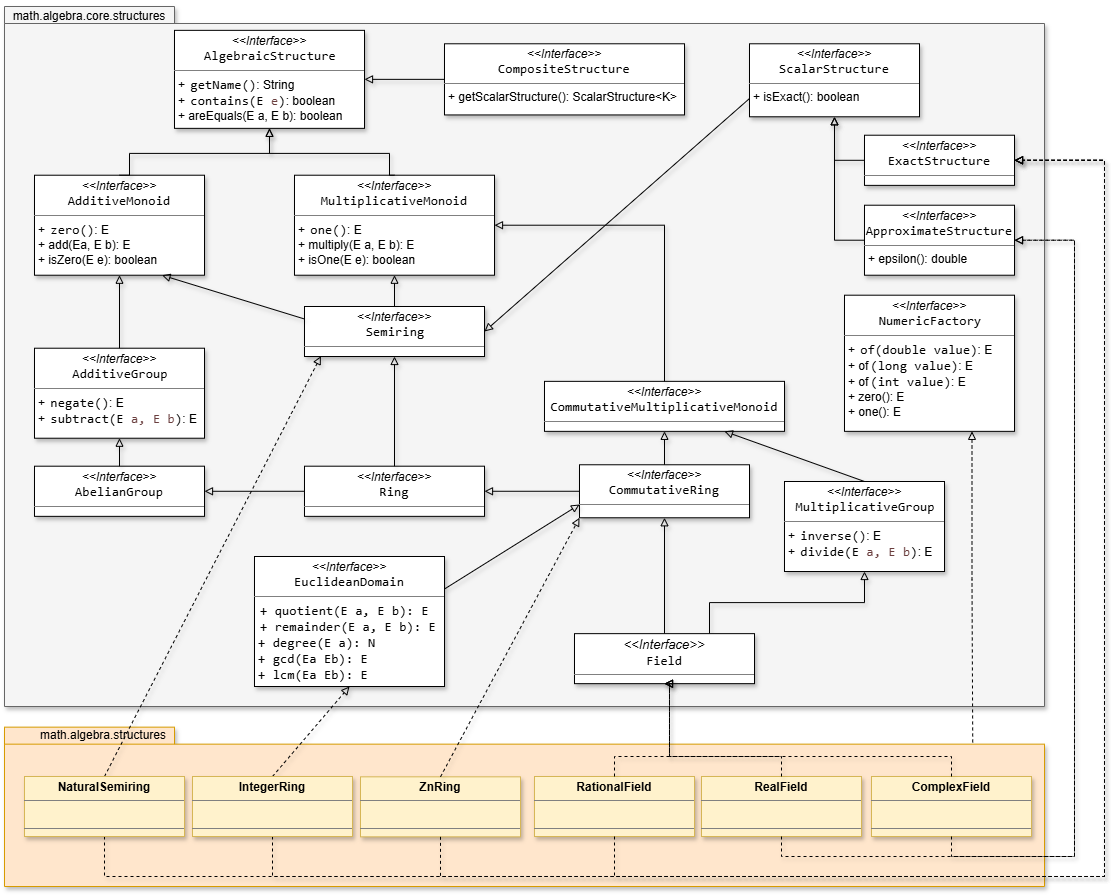
gom9000/SMFN keeps this draw.io diagram as resources/SMFN-algebra-structures.drawio.png. Above is the earlier version. Source tidied: cells renumbered, new cells last; positions are measured from the earlier drawing's top-left corner, leaving out a move shared by most shapes.
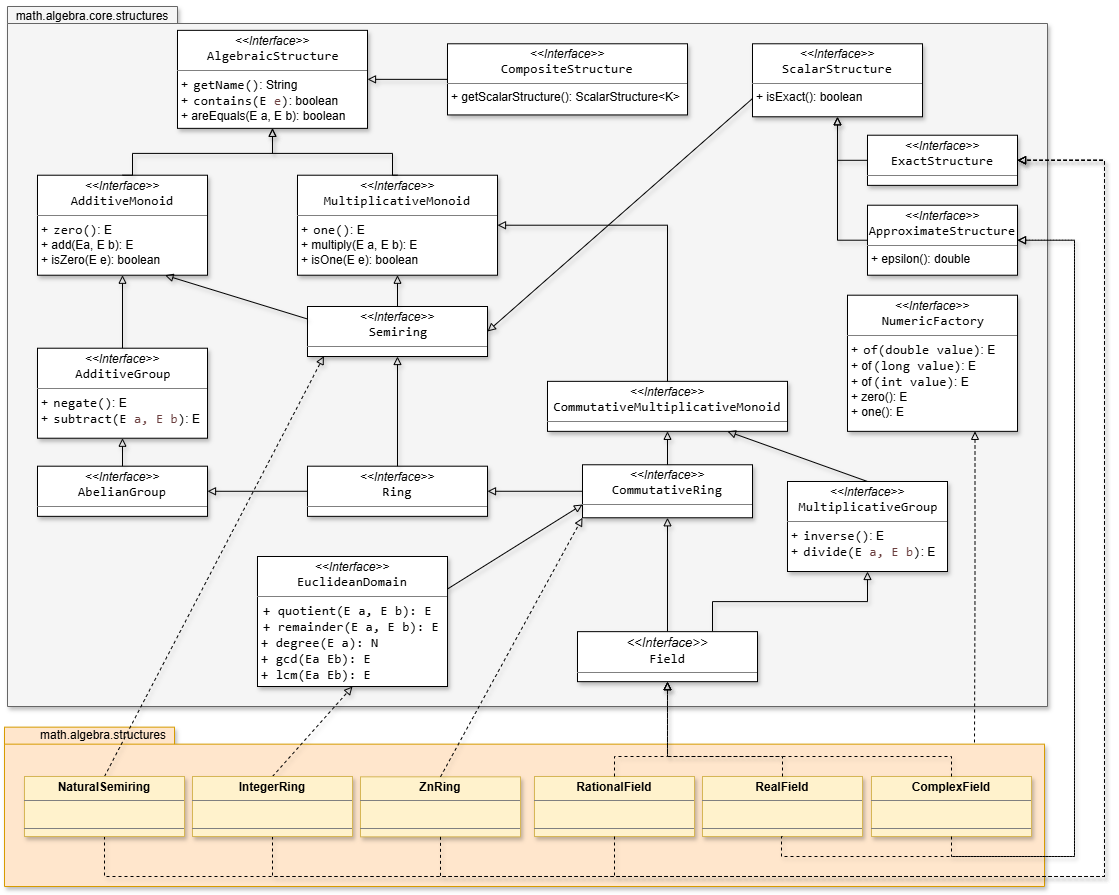
The same file after the commit.

Change to the diagram source:
```diff
@@ -12,7 +12,7 @@
       <mxGeometry x="23.4" y="5.2" width="152" height="6.6" as="geometry" />
     </mxCell>
     <mxCell id="5" value="&lt;p style=&quot;margin:0px;margin-top:4px;text-align:center;&quot;&gt;&lt;b&gt;RealField&lt;/b&gt;&lt;/p&gt;&lt;hr size=&quot;1&quot; style=&quot;border-style:solid;&quot;&gt;&lt;p style=&quot;margin:0px;margin-left:4px;&quot;&gt;&lt;br&gt;&lt;/p&gt;&lt;hr size=&quot;1&quot; style=&quot;border-style:solid;&quot;&gt;&lt;p style=&quot;margin:0px;margin-left:4px;&quot;&gt;&lt;br&gt;&lt;/p&gt;" style="verticalAlign=top;align=left;overflow=fill;html=1;whiteSpace=wrap;fillColor=#fff2cc;strokeColor=#d6b656;labelBackgroundColor=none;shadow=1;" parent="2" vertex="1">
-      <mxGeometry x="697" y="50" width="160" height="60" as="geometry" />
+      <mxGeometry x="698" y="50" width="160" height="60" as="geometry" />
     </mxCell>
     <mxCell id="6" value="&lt;p style=&quot;margin:0px;margin-top:4px;text-align:center;&quot;&gt;&lt;b&gt;RationalField&lt;/b&gt;&lt;/p&gt;&lt;hr size=&quot;1&quot; style=&quot;border-style:solid;&quot;&gt;&lt;p style=&quot;margin:0px;margin-left:4px;&quot;&gt;&lt;br&gt;&lt;/p&gt;&lt;hr size=&quot;1&quot; style=&quot;border-style:solid;&quot;&gt;&lt;p style=&quot;margin:0px;margin-left:4px;&quot;&gt;&lt;br&gt;&lt;/p&gt;" style="verticalAlign=top;align=left;overflow=fill;html=1;whiteSpace=wrap;fillColor=#fff2cc;strokeColor=#d6b656;labelBackgroundColor=none;shadow=1;" parent="2" vertex="1">
       <mxGeometry x="530" y="50" width="160" height="60" as="geometry" />
@@ -24,7 +24,7 @@
       <mxGeometry x="356" y="50.3" width="160" height="60" as="geometry" />
     </mxCell>
     <mxCell id="9" style="group;shadow=1;" parent="1" vertex="1">
-      <mxGeometry y="3" width="1040" height="700" as="geometry" />
+      <mxGeometry x="3" y="3" width="1040" height="700" as="geometry" />
     </mxCell>
     <mxCell id="10" style="shape=folder;fontStyle=1;spacingTop=10;tabWidth=170;tabHeight=17;tabPosition=left;html=1;whiteSpace=wrap;fillColor=#f5f5f5;strokeColor=#666666;fontColor=#333333;shadow=1;" parent="9" vertex="1">
       <mxGeometry width="1040" height="700" as="geometry" />
@@ -48,7 +48,7 @@
       <mxGeometry relative="1" as="geometry" />
     </mxCell>
     <mxCell id="17" value="&lt;p style=&quot;margin:0px;margin-top:4px;text-align:center;&quot;&gt;&lt;font style=&quot;font-size: 13px;&quot;&gt;&lt;i&gt;&amp;lt;&amp;lt;Interface&amp;gt;&amp;gt;&lt;/i&gt;&lt;br&gt;&lt;span style=&quot;font-family: Consolas; white-space: pre;&quot;&gt;Field&lt;/span&gt;&lt;/font&gt;&lt;/p&gt;&lt;hr size=&quot;1&quot; style=&quot;border-style:solid;&quot;&gt;&lt;p style=&quot;margin:0px;margin-left:4px;&quot;&gt;&lt;/p&gt;&lt;p style=&quot;margin:0px;margin-left:4px;&quot;&gt;&lt;br&gt;&lt;/p&gt;" style="verticalAlign=top;align=left;overflow=fill;html=1;whiteSpace=wrap;labelBackgroundColor=none;shadow=1;" parent="9" vertex="1">
-      <mxGeometry x="570" y="627.1" width="180" height="50" as="geometry" />
+      <mxGeometry x="570" y="625.1" width="180" height="50" as="geometry" />
     </mxCell>
     <mxCell id="18" value="&lt;p style=&quot;margin:0px;margin-top:4px;text-align:center;&quot;&gt;&lt;i&gt;&amp;lt;&amp;lt;Interface&amp;gt;&amp;gt;&lt;/i&gt;&lt;br&gt;&lt;span style=&quot;font-family: Consolas; font-size: 13.3333px; white-space: pre;&quot;&gt;AbelianGroup&lt;/span&gt;&lt;/p&gt;&lt;hr size=&quot;1&quot; style=&quot;border-style:solid;&quot;&gt;&lt;p style=&quot;margin:0px;margin-left:4px;&quot;&gt;&lt;/p&gt;&lt;p style=&quot;margin:0px;margin-left:4px;&quot;&gt;&lt;br&gt;&lt;/p&gt;" style="verticalAlign=top;align=left;overflow=fill;html=1;whiteSpace=wrap;labelBackgroundColor=none;shadow=1;" parent="9" vertex="1">
       <mxGeometry x="30" y="459.7" width="170" height="50.1" as="geometry" />
@@ -150,14 +150,6 @@
     <mxCell id="47" value="&lt;p style=&quot;margin:0px;margin-top:4px;text-align:center;&quot;&gt;&lt;i&gt;&amp;lt;&amp;lt;Interface&amp;gt;&amp;gt;&lt;/i&gt;&lt;br&gt;&lt;span style=&quot;padding: 0px 0px 0px 2px;&quot;&gt;&lt;span style=&quot;font-family: Consolas; font-size: 10pt; white-space: pre;&quot;&gt;&lt;span style=&quot;&quot;&gt;NumericFactory&lt;/span&gt;&lt;/span&gt;&lt;/span&gt;&lt;/p&gt;&lt;hr size=&quot;1&quot; style=&quot;border-style:solid;&quot;&gt;&lt;p style=&quot;margin:0px;margin-left:4px;&quot;&gt;&lt;/p&gt;&lt;p style=&quot;margin:0px;margin-left:4px;&quot;&gt;&lt;span style=&quot;background-color: transparent; color: light-dark(rgb(0, 0, 0), rgb(255, 255, 255));&quot;&gt;+&amp;nbsp;&lt;/span&gt;&lt;span style=&quot;background-color: transparent; color: light-dark(rgb(0, 0, 0), rgb(255, 255, 255)); padding: 0px 0px 0px 2px;&quot;&gt;&lt;span style=&quot;font-family: Consolas; font-size: 10pt; white-space: pre;&quot;&gt;of(double value)&lt;/span&gt;&lt;/span&gt;&lt;span style=&quot;background-color: transparent; color: light-dark(rgb(0, 0, 0), rgb(255, 255, 255));&quot;&gt;: E&lt;/span&gt;&lt;/p&gt;&lt;p style=&quot;margin:0px;margin-left:4px;&quot;&gt;+ of&lt;span style=&quot;padding: 0px 0px 0px 2px;&quot;&gt;&lt;span style=&quot;font-family: Consolas; font-size: 10pt; white-space: pre;&quot;&gt;(long value)&lt;/span&gt;&lt;/span&gt;: E&lt;/p&gt;&lt;p style=&quot;margin:0px;margin-left:4px;&quot;&gt;+ of&lt;span style=&quot;padding: 0px 0px 0px 2px;&quot;&gt;&lt;span style=&quot;font-family: Consolas; font-size: 10pt; white-space: pre;&quot;&gt;(int value)&lt;/span&gt;&lt;/span&gt;: E&lt;/p&gt;&lt;p style=&quot;margin:0px;margin-left:4px;&quot;&gt;+ zero(): E&lt;/p&gt;&lt;p style=&quot;margin:0px;margin-left:4px;&quot;&gt;+ one(): E&lt;/p&gt;" style="verticalAlign=top;align=left;overflow=fill;html=1;whiteSpace=wrap;labelBackgroundColor=none;shadow=1;" parent="9" vertex="1">
       <mxGeometry x="840" y="288.7" width="170" height="136.2" as="geometry" />
     </mxCell>
-    <mxCell id="48" style="edgeStyle=orthogonalEdgeStyle;rounded=0;jettySize=auto;html=1;exitX=0.5;exitY=0;exitDx=0;exitDy=0;entryX=0.5;entryY=1;entryDx=0;entryDy=0;dashed=1;strokeColor=default;align=center;verticalAlign=middle;fontFamily=Helvetica;fontSize=11;fontColor=default;labelBackgroundColor=default;endArrow=block;endFill=0;shadow=1;" parent="1" edge="1" source="5" target="17">
-      <mxGeometry relative="1" as="geometry">
-        <Array as="points">
-          <mxPoint x="777" y="753" />
-          <mxPoint x="665" y="753" />
-        </Array>
-      </mxGeometry>
-    </mxCell>
     <mxCell id="49" style="rounded=0;jettySize=auto;html=1;exitX=0.5;exitY=0;exitDx=0;exitDy=0;entryX=0.091;entryY=0.994;entryDx=0;entryDy=0;dashed=1;endArrow=block;endFill=0;shadow=1;entryPerimeter=0;" parent="1" edge="1" source="51" target="22">
       <mxGeometry relative="1" as="geometry" />
     </mxCell>
@@ -173,14 +165,6 @@
     <mxCell id="51" value="&lt;p style=&quot;margin:0px;margin-top:4px;text-align:center;&quot;&gt;&lt;b&gt;NaturalSemiring&lt;/b&gt;&lt;/p&gt;&lt;hr size=&quot;1&quot; style=&quot;border-style:solid;&quot;&gt;&lt;p style=&quot;margin:0px;margin-left:4px;&quot;&gt;&lt;br&gt;&lt;/p&gt;&lt;hr size=&quot;1&quot; style=&quot;border-style:solid;&quot;&gt;&lt;p style=&quot;margin:0px;margin-left:4px;&quot;&gt;&lt;br&gt;&lt;/p&gt;" style="verticalAlign=top;align=left;overflow=fill;html=1;whiteSpace=wrap;fillColor=#fff2cc;strokeColor=#d6b656;labelBackgroundColor=none;shadow=1;" parent="1" vertex="1">
       <mxGeometry x="20" y="773" width="160" height="60" as="geometry" />
     </mxCell>
-    <mxCell id="52" style="edgeStyle=orthogonalEdgeStyle;rounded=0;jettySize=auto;html=1;exitX=0.5;exitY=0;exitDx=0;exitDy=0;entryX=0.5;entryY=1;entryDx=0;entryDy=0;dashed=1;strokeColor=default;align=center;verticalAlign=middle;fontFamily=Helvetica;fontSize=11;fontColor=default;labelBackgroundColor=default;endArrow=block;endFill=0;shadow=1;" parent="1" edge="1" source="6" target="17">
-      <mxGeometry relative="1" as="geometry">
-        <Array as="points">
-          <mxPoint x="610" y="753" />
-          <mxPoint x="665" y="753" />
-        </Array>
-      </mxGeometry>
-    </mxCell>
     <mxCell id="53" style="rounded=0;jettySize=auto;html=1;exitX=0.5;exitY=0;exitDx=0;exitDy=0;entryX=0.5;entryY=1;entryDx=0;entryDy=0;dashed=1;strokeColor=default;align=center;verticalAlign=middle;fontFamily=Helvetica;fontSize=11;fontColor=default;labelBackgroundColor=default;endArrow=block;endFill=0;shadow=1;" parent="1" edge="1" source="55" target="21">
       <mxGeometry relative="1" as="geometry" />
     </mxCell>
@@ -196,14 +180,6 @@
     <mxCell id="55" value="&lt;p style=&quot;margin:0px;margin-top:4px;text-align:center;&quot;&gt;&lt;b&gt;IntegerRing&lt;/b&gt;&lt;/p&gt;&lt;hr size=&quot;1&quot; style=&quot;border-style:solid;&quot;&gt;&lt;p style=&quot;margin:0px;margin-left:4px;&quot;&gt;&lt;br&gt;&lt;/p&gt;&lt;hr size=&quot;1&quot; style=&quot;border-style:solid;&quot;&gt;&lt;p style=&quot;margin:0px;margin-left:4px;&quot;&gt;&lt;br&gt;&lt;/p&gt;" style="verticalAlign=top;align=left;overflow=fill;html=1;whiteSpace=wrap;fillColor=#fff2cc;strokeColor=#d6b656;labelBackgroundColor=none;shadow=1;" parent="1" vertex="1">
       <mxGeometry x="188" y="773" width="160" height="60" as="geometry" />
     </mxCell>
-    <mxCell id="56" style="edgeStyle=orthogonalEdgeStyle;rounded=0;jettySize=auto;html=1;exitX=0.5;exitY=0;exitDx=0;exitDy=0;entryX=0.5;entryY=1;entryDx=0;entryDy=0;dashed=1;strokeColor=default;align=center;verticalAlign=middle;fontFamily=Helvetica;fontSize=11;fontColor=default;labelBackgroundColor=default;endArrow=block;endFill=0;shadow=1;" parent="1" edge="1" source="7" target="17">
-      <mxGeometry relative="1" as="geometry">
-        <Array as="points">
-          <mxPoint x="947" y="753" />
-          <mxPoint x="665" y="753" />
-        </Array>
-      </mxGeometry>
-    </mxCell>
     <mxCell id="57" style="rounded=0;jettySize=auto;html=1;exitX=0.5;exitY=0;exitDx=0;exitDy=0;entryX=0;entryY=1;entryDx=0;entryDy=0;shadow=1;dashed=1;strokeColor=default;align=center;verticalAlign=middle;fontFamily=Helvetica;fontSize=11;fontColor=default;labelBackgroundColor=default;endArrow=block;endFill=0;" parent="1" edge="1" source="8" target="15">
       <mxGeometry relative="1" as="geometry" />
     </mxCell>
@@ -243,8 +219,34 @@
         </Array>
       </mxGeometry>
     </mxCell>
-    <mxCell id="62" style="edgeStyle=orthogonalEdgeStyle;rounded=0;jettySize=auto;html=1;exitX=0.75;exitY=1;exitDx=0;exitDy=0;entryX=0.931;entryY=0.105;entryDx=0;entryDy=0;entryPerimeter=0;endArrow=none;endFill=0;startArrow=block;startFill=0;dashed=1;" parent="1" edge="1" source="47" target="3">
-      <mxGeometry relative="1" as="geometry" />
+    <mxCell id="62" style="edgeStyle=orthogonalEdgeStyle;rounded=0;jettySize=auto;html=1;exitX=0.75;exitY=1;exitDx=0;exitDy=0;endArrow=none;endFill=0;startArrow=block;startFill=0;dashed=1;" parent="1" edge="1" source="47">
+      <mxGeometry relative="1" as="geometry">
+        <mxPoint x="970" y="740" as="targetPoint" />
+      </mxGeometry>
     </mxCell>
+    <mxCell id="52" style="edgeStyle=orthogonalEdgeStyle;rounded=0;jettySize=auto;html=1;exitX=0.5;exitY=0;exitDx=0;exitDy=0;entryX=0.5;entryY=1;entryDx=0;entryDy=0;shadow=1;dashed=1;strokeColor=default;align=center;verticalAlign=middle;fontFamily=Helvetica;fontSize=11;fontColor=default;labelBackgroundColor=default;endArrow=block;endFill=0;" parent="1" edge="1" source="6" target="17">
+      <mxGeometry relative="1" as="geometry">
+        <Array as="points">
+          <mxPoint x="610" y="753" />
+          <mxPoint x="663" y="753" />
+        </Array>
+      </mxGeometry>
+    </mxCell>
+    <mxCell id="48" style="edgeStyle=orthogonalEdgeStyle;rounded=0;jettySize=auto;html=1;exitX=0.5;exitY=0;exitDx=0;exitDy=0;entryX=0.5;entryY=1;entryDx=0;entryDy=0;shadow=1;dashed=1;strokeColor=default;align=center;verticalAlign=middle;fontFamily=Helvetica;fontSize=11;fontColor=default;labelBackgroundColor=default;endArrow=block;endFill=0;" parent="1" edge="1" source="5" target="17">
+      <mxGeometry relative="1" as="geometry">
+        <Array as="points">
+          <mxPoint x="778" y="753" />
+          <mxPoint x="663" y="753" />
+        </Array>
+      </mxGeometry>
+    </mxCell>
+    <mxCell id="56" style="edgeStyle=orthogonalEdgeStyle;rounded=0;jettySize=auto;html=1;exitX=0.5;exitY=0;exitDx=0;exitDy=0;shadow=1;dashed=1;strokeColor=default;align=center;verticalAlign=middle;fontFamily=Helvetica;fontSize=11;fontColor=default;labelBackgroundColor=default;endArrow=block;endFill=0;" parent="1" edge="1" source="7" target="17">
+      <mxGeometry relative="1" as="geometry">
+        <Array as="points">
+          <mxPoint x="947" y="753" />
+          <mxPoint x="663" y="753" />
+        </Array>
+      </mxGeometry>
+    </mxCell>
   </root>
 </mxGraphModel>
```
